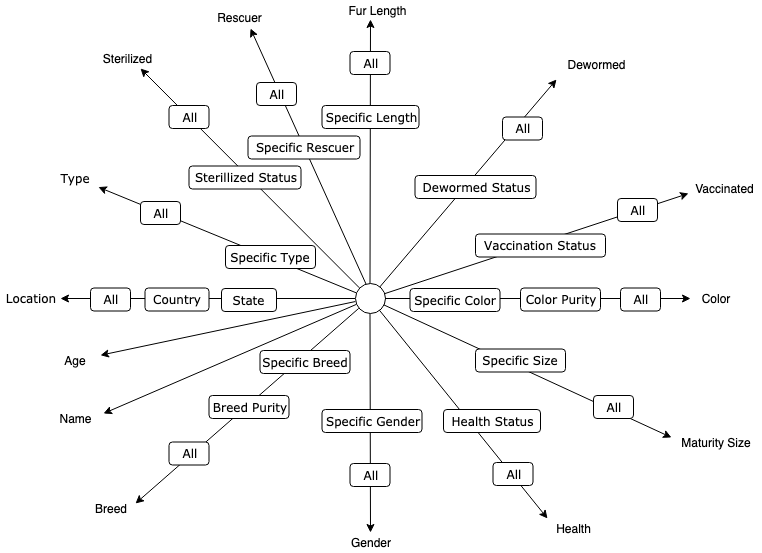
brucehow/cits3401-project keeps this draw.io diagram as resources/starnet/starnet.png. Above is the earlier version. Source tidied: cells renumbered, new cells last; positions are measured from the earlier drawing's top-left corner, leaving out a move shared by most shapes.
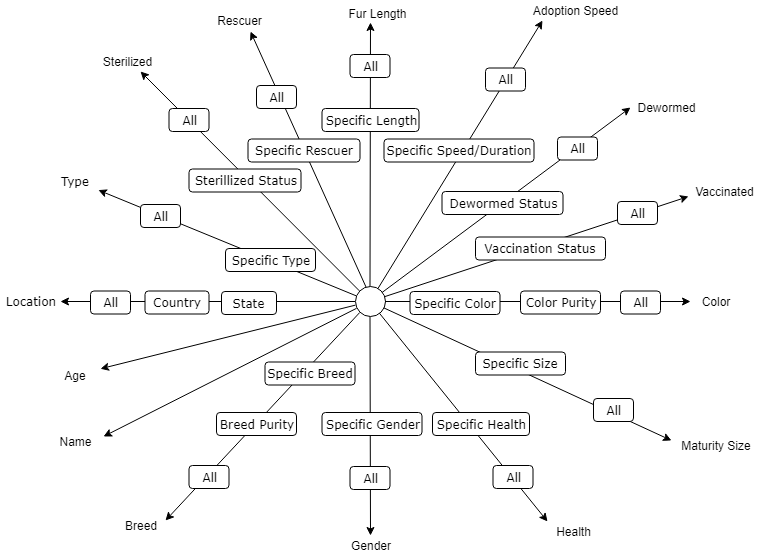
Later version of the same file.

Commit message:
Update starnet and remove outdated query footprints

Diff of the diagram source:
```diff
@@ -31,28 +31,28 @@
       <mxGeometry y="288" width="60" height="20" as="geometry" />
     </mxCell>
     <mxCell id="10" value="Age&lt;br&gt;" style="text;html=1;strokeColor=none;fillColor=none;align=center;verticalAlign=middle;whiteSpace=wrap;rounded=0;" parent="1" vertex="1">
-      <mxGeometry x="50" y="350" width="50" height="20" as="geometry" />
+      <mxGeometry x="50" y="361.5" width="50" height="20" as="geometry" />
     </mxCell>
     <mxCell id="11" value="Name&lt;br&gt;" style="text;html=1;strokeColor=none;fillColor=none;align=center;verticalAlign=middle;whiteSpace=wrap;rounded=0;" parent="1" vertex="1">
-      <mxGeometry x="47.5" y="408" width="55" height="20" as="geometry" />
+      <mxGeometry x="47.5" y="428" width="55" height="20" as="geometry" />
     </mxCell>
     <mxCell id="12" style="edgeStyle=none;rounded=0;jettySize=auto;html=0;endArrow=classic;endFill=1;fontColor=none;shadow=0;" parent="1" edge="1" source="6" target="10">
       <mxGeometry relative="1" as="geometry" />
     </mxCell>
     <mxCell id="13" value="Breed&lt;br&gt;" style="text;html=1;strokeColor=none;fillColor=none;align=center;verticalAlign=middle;whiteSpace=wrap;rounded=0;" parent="1" vertex="1">
-      <mxGeometry x="85" y="498" width="50" height="20" as="geometry" />
+      <mxGeometry x="115" y="512" width="50" height="20" as="geometry" />
     </mxCell>
     <mxCell id="14" style="edgeStyle=none;rounded=0;jettySize=auto;html=0;endArrow=classic;endFill=1;fontColor=none;shadow=0;entryX=1;entryY=0.25;entryDx=0;entryDy=0;" parent="1" edge="1" source="6" target="13">
       <mxGeometry relative="1" as="geometry" />
     </mxCell>
     <mxCell id="15" value="All&lt;br&gt;" style="whiteSpace=wrap;html=1;rounded=1;shadow=0;labelBackgroundColor=none;strokeColor=#000000;strokeWidth=1;fillColor=#ffffff;fontFamily=Verdana;fontSize=12;fontColor=#000000;align=center;glass=0;" parent="1" vertex="1">
-      <mxGeometry x="168.5" y="441.5" width="40" height="23" as="geometry" />
+      <mxGeometry x="188.5" y="462" width="40" height="23" as="geometry" />
     </mxCell>
     <mxCell id="16" value="Breed Purity&lt;br&gt;" style="whiteSpace=wrap;html=1;rounded=1;shadow=0;labelBackgroundColor=none;strokeColor=#000000;strokeWidth=1;fillColor=#ffffff;fontFamily=Verdana;fontSize=12;fontColor=#000000;align=center;glass=0;" parent="1" vertex="1">
-      <mxGeometry x="208.5" y="395" width="80" height="23" as="geometry" />
+      <mxGeometry x="216" y="409" width="80" height="23" as="geometry" />
     </mxCell>
     <mxCell id="17" value="Specific Breed" style="whiteSpace=wrap;html=1;rounded=1;shadow=0;labelBackgroundColor=none;strokeColor=#000000;strokeWidth=1;fillColor=#ffffff;fontFamily=Verdana;fontSize=12;fontColor=#000000;align=center;glass=0;" parent="1" vertex="1">
-      <mxGeometry x="259.5" y="350" width="90" height="23" as="geometry" />
+      <mxGeometry x="264.5" y="358.5" width="90" height="23" as="geometry" />
     </mxCell>
     <mxCell id="18" value="Gender&lt;br&gt;" style="text;html=1;strokeColor=none;fillColor=none;align=center;verticalAlign=middle;whiteSpace=wrap;rounded=0;" parent="1" vertex="1">
       <mxGeometry x="345" y="532" width="50" height="20" as="geometry" />
@@ -118,16 +118,16 @@
       <mxGeometry x="475" y="233.5" width="130" height="23" as="geometry" />
     </mxCell>
     <mxCell id="39" value="Dewormed" style="text;html=1;strokeColor=none;fillColor=none;align=center;verticalAlign=middle;whiteSpace=wrap;rounded=0;" parent="1" vertex="1">
-      <mxGeometry x="560" y="54" width="73" height="20" as="geometry" />
+      <mxGeometry x="629.5" y="93.5" width="73" height="20" as="geometry" />
     </mxCell>
-    <mxCell id="40" style="edgeStyle=none;rounded=0;jettySize=auto;html=0;endArrow=classic;endFill=1;fontColor=none;shadow=0;entryX=-0.057;entryY=1.225;entryDx=0;entryDy=0;entryPerimeter=0;" parent="1" edge="1" source="6" target="39">
+    <mxCell id="40" style="edgeStyle=none;rounded=0;jettySize=auto;html=0;endArrow=classic;endFill=1;fontColor=none;shadow=0;entryX=0;entryY=0.5;entryDx=0;entryDy=0;" parent="1" edge="1" source="6" target="39">
       <mxGeometry relative="1" as="geometry" />
     </mxCell>
     <mxCell id="41" value="All&lt;br&gt;" style="whiteSpace=wrap;html=1;rounded=1;shadow=0;labelBackgroundColor=none;strokeColor=#000000;strokeWidth=1;fillColor=#ffffff;fontFamily=Verdana;fontSize=12;fontColor=#000000;align=center;glass=0;" parent="1" vertex="1">
-      <mxGeometry x="502" y="116.5" width="40" height="23" as="geometry" />
+      <mxGeometry x="557" y="133.5" width="40" height="23" as="geometry" />
     </mxCell>
     <mxCell id="42" value="Dewormed Status&lt;br&gt;" style="whiteSpace=wrap;html=1;rounded=1;shadow=0;labelBackgroundColor=none;strokeColor=#000000;strokeWidth=1;fillColor=#ffffff;fontFamily=Verdana;fontSize=12;fontColor=#000000;align=center;glass=0;" parent="1" vertex="1">
-      <mxGeometry x="414.5" y="175" width="121" height="23" as="geometry" />
+      <mxGeometry x="441.5" y="188" width="121" height="23" as="geometry" />
     </mxCell>
     <mxCell id="43" value="Sterilized" style="text;html=1;strokeColor=none;fillColor=none;align=center;verticalAlign=middle;whiteSpace=wrap;rounded=0;" parent="1" vertex="1">
       <mxGeometry x="90" y="48" width="73" height="20" as="geometry" />
@@ -152,8 +152,8 @@
     <mxCell id="49" value="All&lt;br&gt;" style="whiteSpace=wrap;html=1;rounded=1;shadow=0;labelBackgroundColor=none;strokeColor=#000000;strokeWidth=1;fillColor=#ffffff;fontFamily=Verdana;fontSize=12;fontColor=#000000;align=center;glass=0;" parent="1" vertex="1">
       <mxGeometry x="492.5" y="462" width="40" height="23" as="geometry" />
     </mxCell>
-    <mxCell id="50" value="Health Status&lt;br&gt;" style="whiteSpace=wrap;html=1;rounded=1;shadow=0;labelBackgroundColor=none;strokeColor=#000000;strokeWidth=1;fillColor=#ffffff;fontFamily=Verdana;fontSize=12;fontColor=#000000;align=center;glass=0;" parent="1" vertex="1">
-      <mxGeometry x="443" y="409" width="97" height="23" as="geometry" />
+    <mxCell id="50" value="Specific Health&lt;br&gt;" style="whiteSpace=wrap;html=1;rounded=1;shadow=0;labelBackgroundColor=none;strokeColor=#000000;strokeWidth=1;fillColor=#ffffff;fontFamily=Verdana;fontSize=12;fontColor=#000000;align=center;glass=0;" parent="1" vertex="1">
+      <mxGeometry x="432" y="409" width="97" height="23" as="geometry" />
     </mxCell>
     <mxCell id="51" style="edgeStyle=none;rounded=0;jettySize=auto;html=0;endArrow=classic;endFill=1;fontColor=none;shadow=0;entryX=1;entryY=0.25;entryDx=0;entryDy=0;" parent="1" edge="1" source="6" target="11">
       <mxGeometry relative="1" as="geometry" />
@@ -182,5 +182,17 @@
     <mxCell id="58" value="Specific Rescuer&lt;br&gt;" style="whiteSpace=wrap;html=1;rounded=1;shadow=0;labelBackgroundColor=none;strokeColor=#000000;strokeWidth=1;fillColor=#ffffff;fontFamily=Verdana;fontSize=12;fontColor=#000000;align=center;glass=0;" parent="1" vertex="1">
       <mxGeometry x="247.5" y="135.5" width="112" height="23" as="geometry" />
     </mxCell>
+    <mxCell id="59" style="edgeStyle=none;rounded=0;jettySize=auto;html=0;endArrow=classic;endFill=1;fontColor=none;shadow=0;entryX=0.143;entryY=1;entryDx=0;entryDy=0;entryPerimeter=0;" parent="1" edge="1" source="6" target="60">
+      <mxGeometry relative="1" as="geometry" />
+    </mxCell>
+    <mxCell id="60" value="Adoption Speed" style="text;html=1;strokeColor=none;fillColor=none;align=center;verticalAlign=middle;whiteSpace=wrap;rounded=0;" parent="1" vertex="1">
+      <mxGeometry x="529" y="-3" width="91" height="20" as="geometry" />
+    </mxCell>
+    <mxCell id="61" value="All&lt;br&gt;" style="whiteSpace=wrap;html=1;rounded=1;shadow=0;labelBackgroundColor=none;strokeColor=#000000;strokeWidth=1;fillColor=#ffffff;fontFamily=Verdana;fontSize=12;fontColor=#000000;align=center;glass=0;" parent="1" vertex="1">
+      <mxGeometry x="485" y="64.5" width="40" height="23" as="geometry" />
+    </mxCell>
+    <mxCell id="62" value="Specific Speed/Duration&lt;br&gt;" style="whiteSpace=wrap;html=1;rounded=1;shadow=0;labelBackgroundColor=none;strokeColor=#000000;strokeWidth=1;fillColor=#ffffff;fontFamily=Verdana;fontSize=12;fontColor=#000000;align=center;glass=0;" parent="1" vertex="1">
+      <mxGeometry x="383.5" y="135.5" width="150" height="23" as="geometry" />
+    </mxCell>
   </root>
 </mxGraphModel>
```
